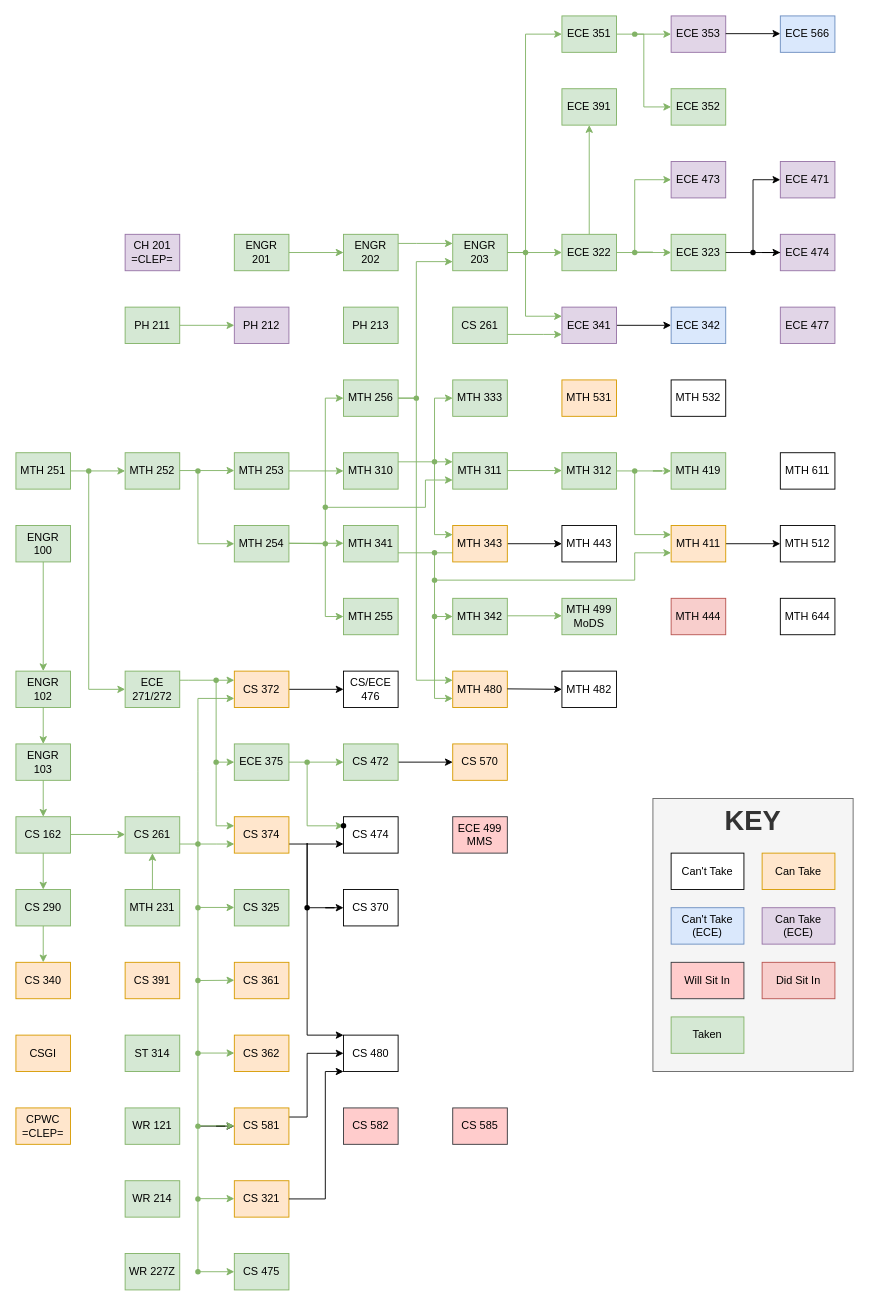
The draw.io diagram Classes.drawio in Jonas-Carew/Class-Flowchart, before the edit. Source tidied: cells renumbered, new cells numbered last; positions are measured from the earlier drawing's top-left corner, leaving out a move shared by most shapes. Both pictures are drawn from the tidied source at 91%, with x=0, y=0 at pixel (15, 15).
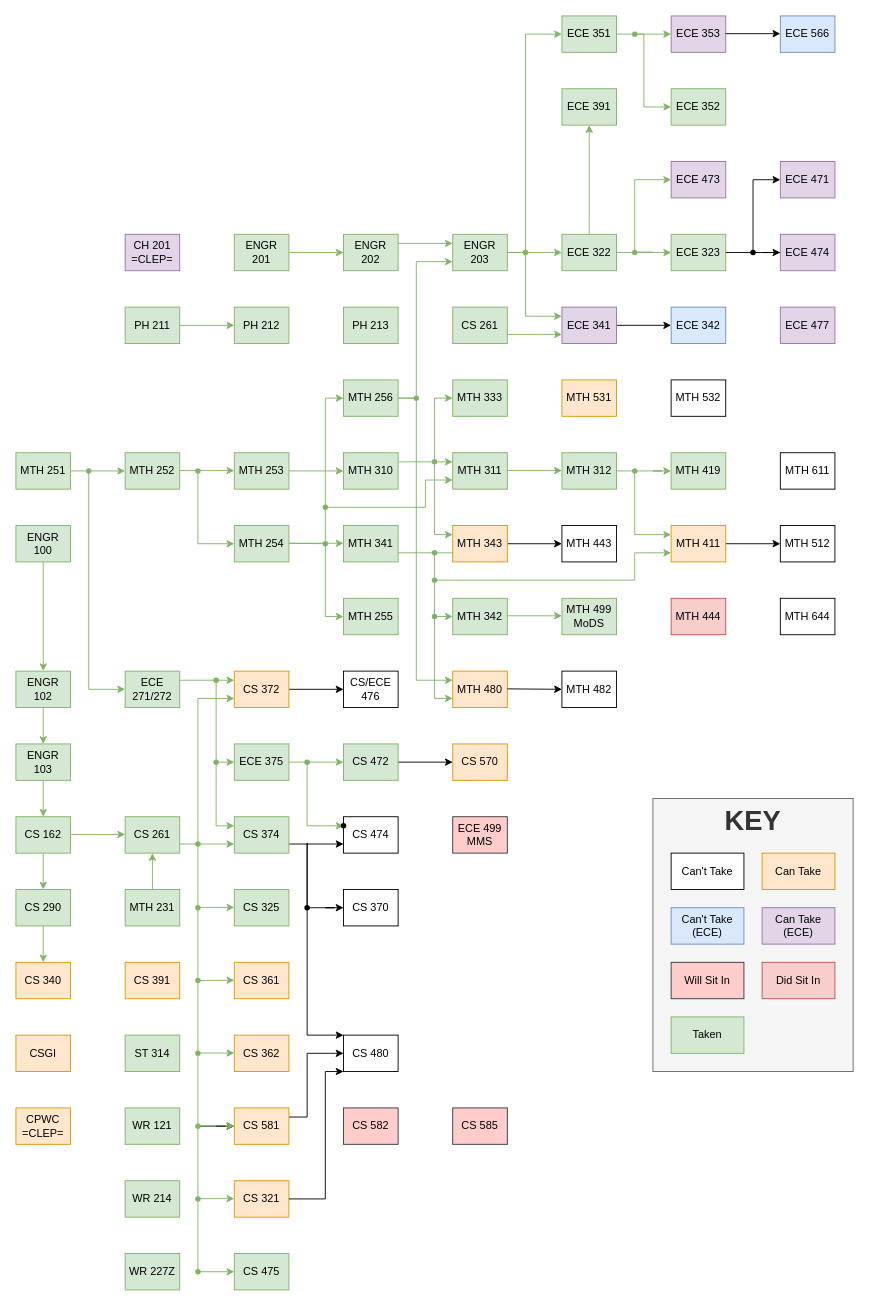
Above is the later version.

Commit message:
Marked Summer courses as taken

Diff of the diagram source:
```diff
@@
-    <mxCell id="48" value="&lt;div&gt;CS 374&lt;/div&gt;" style="rounded=0;whiteSpace=wrap;html=1;fillColor=#ffe6cc;strokeColor=#d79b00;" parent="1" vertex="1">
+    <mxCell id="48" value="&lt;div&gt;CS 374&lt;/div&gt;" style="rounded=0;whiteSpace=wrap;html=1;fillColor=#d5e8d4;strokeColor=#82b366;" parent="1" vertex="1">
       <mxGeometry x="240" y="880" width="60" height="40" as="geometry" />
     </mxCell>
@@
-    <mxCell id="84" value="PH 212" style="rounded=0;whiteSpace=wrap;html=1;fillColor=#e1d5e7;strokeColor=#9673a6;" parent="1" vertex="1">
+    <mxCell id="84" value="PH 212" style="rounded=0;whiteSpace=wrap;html=1;fillColor=#d5e8d4;strokeColor=#82b366;" parent="1" vertex="1">
       <mxGeometry x="240" y="320" width="60" height="40" as="geometry" />
     </mxCell>
```
